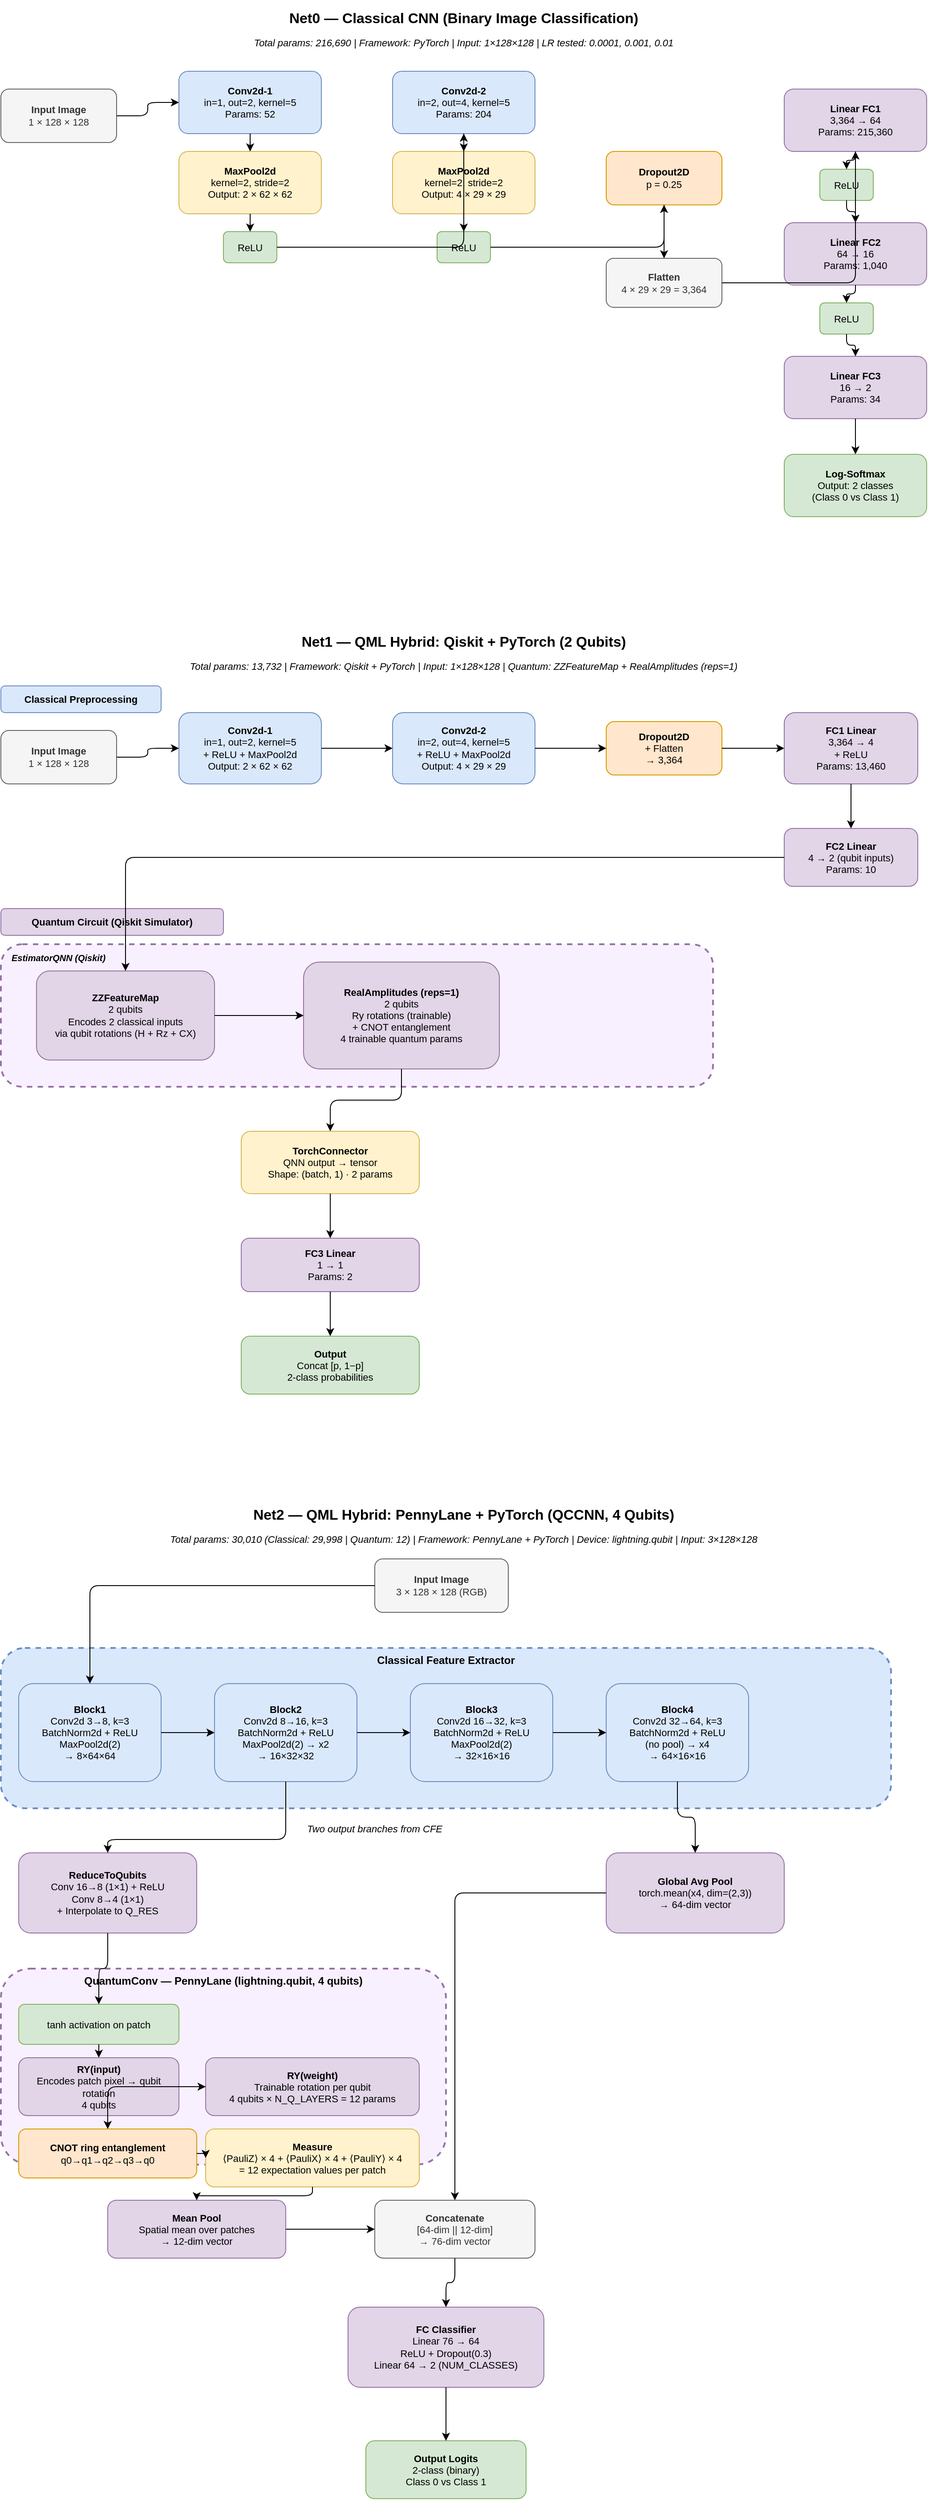
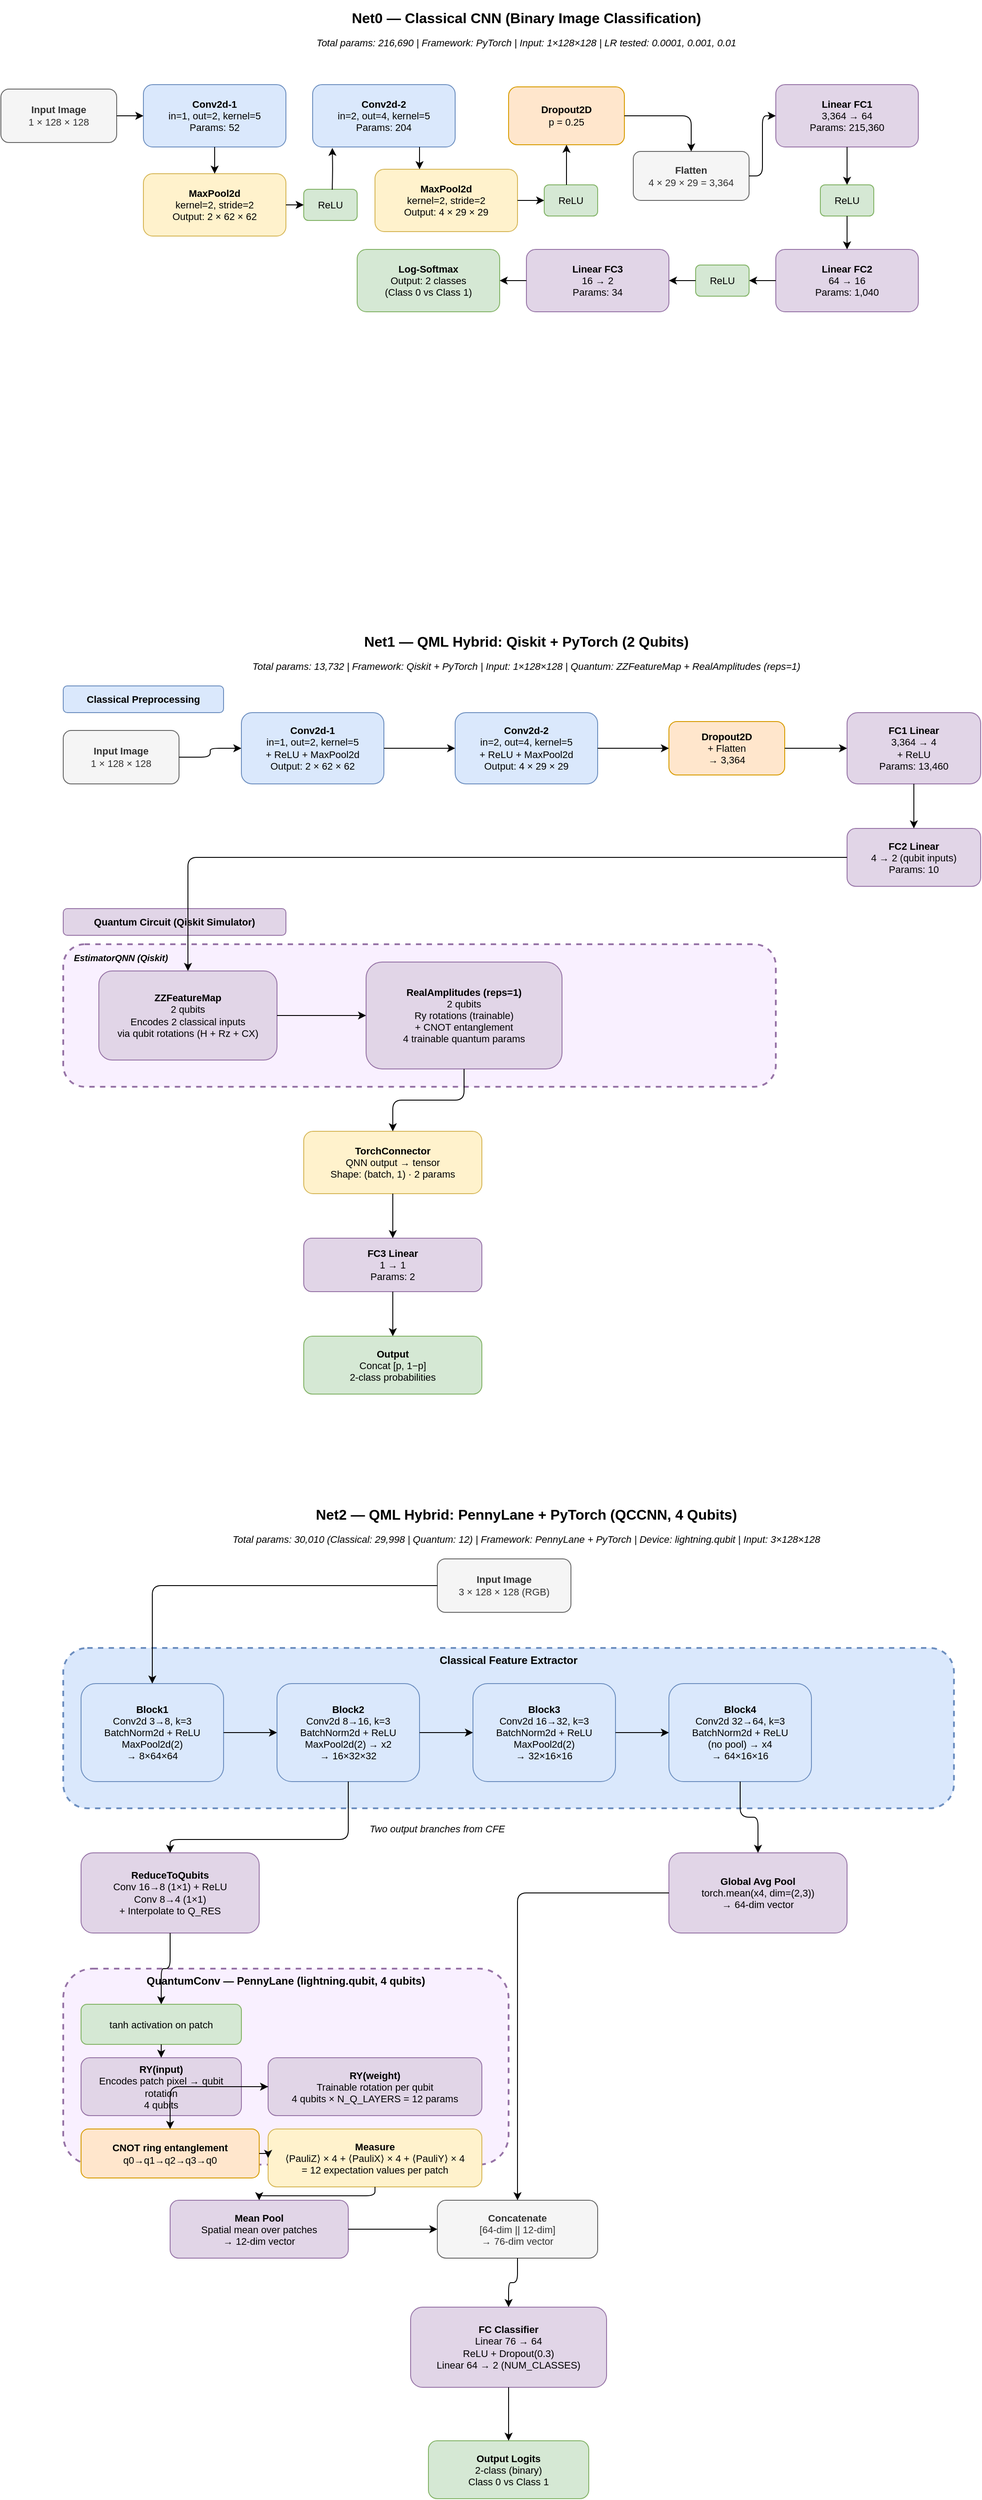
<mxfile host="app.diagrams.net">
  <diagram id="Iu372MJXseVnEshazjI8" name="Page-1">
-     <mxGraphModel dx="2175" dy="1143" grid="1" gridSize="10" guides="1" tooltips="1" connect="1" arrows="1" fold="1" page="1" pageScale="1" pageWidth="1169" pageHeight="827" background="none" math="0" shadow="0">
+     <mxGraphModel dx="2571" dy="1351" grid="1" gridSize="10" guides="1" tooltips="1" connect="1" arrows="1" fold="1" page="1" pageScale="1" pageWidth="1169" pageHeight="827" background="none" math="0" shadow="0">
      <root>
        <mxCell id="0" />
        <mxCell id="1" parent="0" />
        <mxCell id="p0_title" parent="1" style="text;html=1;strokeColor=none;fillColor=none;align=center;verticalAlign=middle;whiteSpace=wrap;rounded=0;fontSize=16;fontStyle=1;" value="Net0 — Classical CNN (Binary Image Classification)" vertex="1">
          <mxGeometry height="40" width="600" x="300" y="20" as="geometry" />
        </mxCell>
        <mxCell id="p0_params" parent="1" style="text;html=1;strokeColor=none;fillColor=none;align=center;verticalAlign=middle;whiteSpace=wrap;rounded=0;fontSize=11;fontStyle=2;" value="Total params: 216,690 | Framework: PyTorch | Input: 1×128×128 | LR tested: 0.0001, 0.001, 0.01" vertex="1">
          <mxGeometry height="25" width="700" x="250" y="55" as="geometry" />
        </mxCell>
        <mxCell id="p0_input" parent="1" style="rounded=1;whiteSpace=wrap;html=1;fillColor=#f5f5f5;strokeColor=#666666;fontColor=#333333;fontSize=11;" value="&lt;b&gt;Input Image&lt;/b&gt;&lt;br&gt;1 × 128 × 128" vertex="1">
-           <mxGeometry height="60" width="130" x="80" y="120" as="geometry" />
+           <mxGeometry height="60" width="130" x="10" y="120" as="geometry" />
        </mxCell>
        <mxCell id="p0_conv1" parent="1" style="rounded=1;whiteSpace=wrap;html=1;fillColor=#dae8fc;strokeColor=#6c8ebf;fontSize=11;" value="&lt;b&gt;Conv2d-1&lt;/b&gt;&lt;br&gt;in=1, out=2, kernel=5&lt;br&gt;Params: 52" vertex="1">
-           <mxGeometry height="70" width="160" x="280" y="100" as="geometry" />
+           <mxGeometry height="70" width="160" x="170" y="115" as="geometry" />
        </mxCell>
        <mxCell id="p0_pool1" parent="1" style="rounded=1;whiteSpace=wrap;html=1;fillColor=#fff2cc;strokeColor=#d6b656;fontSize=11;" value="&lt;b&gt;MaxPool2d&lt;/b&gt;&lt;br&gt;kernel=2, stride=2&lt;br&gt;Output: 2 × 62 × 62" vertex="1">
-           <mxGeometry height="70" width="160" x="280" y="190" as="geometry" />
+           <mxGeometry height="70" width="160" x="170" y="215" as="geometry" />
        </mxCell>
        <mxCell id="p0_relu1" parent="1" style="rounded=1;whiteSpace=wrap;html=1;fillColor=#d5e8d4;strokeColor=#82b366;fontSize=11;" value="ReLU" vertex="1">
-           <mxGeometry height="35" width="60" x="330" y="280" as="geometry" />
+           <mxGeometry height="35" width="60" x="350" y="232.5" as="geometry" />
        </mxCell>
        <mxCell id="p0_conv2" parent="1" style="rounded=1;whiteSpace=wrap;html=1;fillColor=#dae8fc;strokeColor=#6c8ebf;fontSize=11;" value="&lt;b&gt;Conv2d-2&lt;/b&gt;&lt;br&gt;in=2, out=4, kernel=5&lt;br&gt;Params: 204" vertex="1">
-           <mxGeometry height="70" width="160" x="520" y="100" as="geometry" />
+           <mxGeometry height="70" width="160" x="360" y="115" as="geometry" />
        </mxCell>
        <mxCell id="p0_pool2" parent="1" style="rounded=1;whiteSpace=wrap;html=1;fillColor=#fff2cc;strokeColor=#d6b656;fontSize=11;" value="&lt;b&gt;MaxPool2d&lt;/b&gt;&lt;br&gt;kernel=2, stride=2&lt;br&gt;Output: 4 × 29 × 29" vertex="1">
-           <mxGeometry height="70" width="160" x="520" y="190" as="geometry" />
+           <mxGeometry height="70" width="160" x="430" y="210" as="geometry" />
        </mxCell>
        <mxCell id="p0_relu2" parent="1" style="rounded=1;whiteSpace=wrap;html=1;fillColor=#d5e8d4;strokeColor=#82b366;fontSize=11;" value="ReLU" vertex="1">
-           <mxGeometry height="35" width="60" x="570" y="280" as="geometry" />
+           <mxGeometry height="35" width="60" x="620" y="227.5" as="geometry" />
        </mxCell>
        <mxCell id="p0_dropout" parent="1" style="rounded=1;whiteSpace=wrap;html=1;fillColor=#ffe6cc;strokeColor=#d79b00;fontSize=11;" value="&lt;b&gt;Dropout2D&lt;/b&gt;&lt;br&gt;p = 0.25" vertex="1">
-           <mxGeometry height="60" width="130" x="760" y="190" as="geometry" />
+           <mxGeometry height="65" width="130" x="580" y="117.5" as="geometry" />
        </mxCell>
        <mxCell id="p0_flatten" parent="1" style="rounded=1;whiteSpace=wrap;html=1;fillColor=#f5f5f5;strokeColor=#666666;fontColor=#333333;fontSize=11;" value="&lt;b&gt;Flatten&lt;/b&gt;&lt;br&gt;4 × 29 × 29 = 3,364" vertex="1">
-           <mxGeometry height="55" width="130" x="760" y="310" as="geometry" />
+           <mxGeometry height="55" width="130" x="720" y="190" as="geometry" />
        </mxCell>
        <mxCell id="p0_fc1" parent="1" style="rounded=1;whiteSpace=wrap;html=1;fillColor=#e1d5e7;strokeColor=#9673a6;fontSize=11;" value="&lt;b&gt;Linear FC1&lt;/b&gt;&lt;br&gt;3,364 → 64&lt;br&gt;Params: 215,360" vertex="1">
-           <mxGeometry height="70" width="160" x="960" y="120" as="geometry" />
+           <mxGeometry height="70" width="160" x="880" y="115" as="geometry" />
        </mxCell>
        <mxCell id="p0_relu_fc1" parent="1" style="rounded=1;whiteSpace=wrap;html=1;fillColor=#d5e8d4;strokeColor=#82b366;fontSize=11;" value="ReLU" vertex="1">
-           <mxGeometry height="35" width="60" x="1000" y="210" as="geometry" />
+           <mxGeometry height="35" width="60" x="930" y="227.5" as="geometry" />
        </mxCell>
        <mxCell id="p0_fc2" parent="1" style="rounded=1;whiteSpace=wrap;html=1;fillColor=#e1d5e7;strokeColor=#9673a6;fontSize=11;" value="&lt;b&gt;Linear FC2&lt;/b&gt;&lt;br&gt;64 → 16&lt;br&gt;Params: 1,040" vertex="1">
-           <mxGeometry height="70" width="160" x="960" y="270" as="geometry" />
+           <mxGeometry height="70" width="160" x="880" y="300" as="geometry" />
        </mxCell>
        <mxCell id="p0_relu_fc2" parent="1" style="rounded=1;whiteSpace=wrap;html=1;fillColor=#d5e8d4;strokeColor=#82b366;fontSize=11;" value="ReLU" vertex="1">
-           <mxGeometry height="35" width="60" x="1000" y="360" as="geometry" />
+           <mxGeometry height="35" width="60" x="790" y="317.5" as="geometry" />
        </mxCell>
        <mxCell id="p0_fc3" parent="1" style="rounded=1;whiteSpace=wrap;html=1;fillColor=#e1d5e7;strokeColor=#9673a6;fontSize=11;" value="&lt;b&gt;Linear FC3&lt;/b&gt;&lt;br&gt;16 → 2&lt;br&gt;Params: 34" vertex="1">
-           <mxGeometry height="70" width="160" x="960" y="420" as="geometry" />
+           <mxGeometry height="70" width="160" x="600" y="300" as="geometry" />
        </mxCell>
        <mxCell id="p0_output" parent="1" style="rounded=1;whiteSpace=wrap;html=1;fillColor=#d5e8d4;strokeColor=#82b366;fontSize=11;" value="&lt;b&gt;Log-Softmax&lt;/b&gt;&lt;br&gt;Output: 2 classes&lt;br&gt;(Class 0 vs Class 1)" vertex="1">
-           <mxGeometry height="70" width="160" x="960" y="530" as="geometry" />
+           <mxGeometry height="70" width="160" x="410" y="300" as="geometry" />
        </mxCell>
        <mxCell id="e0_1" edge="1" parent="1" source="p0_input" style="edgeStyle=orthogonalEdgeStyle;" target="p0_conv1">
          <mxGeometry relative="1" as="geometry" />
        </mxCell>
        <mxCell id="e0_2" edge="1" parent="1" source="p0_conv1" style="edgeStyle=orthogonalEdgeStyle;" target="p0_pool1">
          <mxGeometry relative="1" as="geometry" />
        </mxCell>
        <mxCell id="e0_3" edge="1" parent="1" source="p0_pool1" style="edgeStyle=orthogonalEdgeStyle;" target="p0_relu1">
          <mxGeometry relative="1" as="geometry" />
        </mxCell>
-         <mxCell id="e0_4" edge="1" parent="1" source="p0_relu1" style="edgeStyle=orthogonalEdgeStyle;" target="p0_conv2">
-           <mxGeometry relative="1" as="geometry" />
+         <mxCell id="e0_4" edge="1" parent="1" style="edgeStyle=orthogonalEdgeStyle;entryX=0.138;entryY=0.971;entryDx=0;entryDy=0;entryPerimeter=0;">
+           <mxGeometry relative="1" as="geometry">
+             <mxPoint x="382" y="233" as="sourcePoint" />
+             <mxPoint x="382.0799999999999" y="185.97000000000003" as="targetPoint" />
+           </mxGeometry>
        </mxCell>
        <mxCell id="e0_5" edge="1" parent="1" source="p0_conv2" style="edgeStyle=orthogonalEdgeStyle;" target="p0_pool2">
-           <mxGeometry relative="1" as="geometry" />
+           <mxGeometry relative="1" as="geometry">
+             <Array as="points">
+               <mxPoint x="480" y="200" />
+               <mxPoint x="480" y="200" />
+             </Array>
+           </mxGeometry>
        </mxCell>
        <mxCell id="e0_6" edge="1" parent="1" source="p0_pool2" style="edgeStyle=orthogonalEdgeStyle;" target="p0_relu2">
          <mxGeometry relative="1" as="geometry" />
        </mxCell>
        <mxCell id="e0_7" edge="1" parent="1" source="p0_relu2" style="edgeStyle=orthogonalEdgeStyle;" target="p0_dropout">
-           <mxGeometry relative="1" as="geometry" />
+           <mxGeometry relative="1" as="geometry">
+             <Array as="points">
+               <mxPoint x="645" y="210" />
+               <mxPoint x="645" y="210" />
+             </Array>
+           </mxGeometry>
        </mxCell>
        <mxCell id="e0_8" edge="1" parent="1" source="p0_dropout" style="edgeStyle=orthogonalEdgeStyle;" target="p0_flatten">
          <mxGeometry relative="1" as="geometry" />
        </mxCell>
-         <mxCell id="e0_9" edge="1" parent="1" source="p0_flatten" style="edgeStyle=orthogonalEdgeStyle;" target="p0_fc1">
+         <mxCell id="e0_9" edge="1" parent="1" source="p0_flatten" style="edgeStyle=orthogonalEdgeStyle;entryX=0;entryY=0.5;entryDx=0;entryDy=0;" target="p0_fc1">
          <mxGeometry relative="1" as="geometry" />
        </mxCell>
        <mxCell id="e0_10" edge="1" parent="1" source="p0_fc1" style="edgeStyle=orthogonalEdgeStyle;" target="p0_relu_fc1">
          <mxGeometry relative="1" as="geometry" />
        </mxCell>
        <mxCell id="e0_11" edge="1" parent="1" source="p0_relu_fc1" style="edgeStyle=orthogonalEdgeStyle;" target="p0_fc2">
          <mxGeometry relative="1" as="geometry" />
        </mxCell>
        <mxCell id="e0_12" edge="1" parent="1" source="p0_fc2" style="edgeStyle=orthogonalEdgeStyle;" target="p0_relu_fc2">
          <mxGeometry relative="1" as="geometry" />
        </mxCell>
        <mxCell id="e0_13" edge="1" parent="1" source="p0_relu_fc2" style="edgeStyle=orthogonalEdgeStyle;" target="p0_fc3">
          <mxGeometry relative="1" as="geometry" />
        </mxCell>
        <mxCell id="e0_14" edge="1" parent="1" source="p0_fc3" style="edgeStyle=orthogonalEdgeStyle;" target="p0_output">
          <mxGeometry relative="1" as="geometry" />
        </mxCell>
        <mxCell id="p1_title" parent="1" style="text;html=1;strokeColor=none;fillColor=none;align=center;verticalAlign=middle;whiteSpace=wrap;rounded=0;fontSize=16;fontStyle=1;" value="Net1 — QML Hybrid: Qiskit + PyTorch (2 Qubits)" vertex="1">
          <mxGeometry height="40" width="600" x="300" y="720" as="geometry" />
        </mxCell>
        <mxCell id="p1_params" parent="1" style="text;html=1;strokeColor=none;fillColor=none;align=center;verticalAlign=middle;whiteSpace=wrap;rounded=0;fontSize=11;fontStyle=2;" value="Total params: 13,732 | Framework: Qiskit + PyTorch | Input: 1×128×128 | Quantum: ZZFeatureMap + RealAmplitudes (reps=1)" vertex="1">
          <mxGeometry height="25" width="900" x="150" y="755" as="geometry" />
        </mxCell>
        <mxCell id="p1_sec_classical" parent="1" style="text;html=1;strokeColor=#6c8ebf;fillColor=#dae8fc;align=center;verticalAlign=middle;whiteSpace=wrap;rounded=1;fontSize=11;fontStyle=1;" value="Classical Preprocessing" vertex="1">
          <mxGeometry height="30" width="180" x="80" y="790" as="geometry" />
        </mxCell>
        <mxCell id="p1_input" parent="1" style="rounded=1;whiteSpace=wrap;html=1;fillColor=#f5f5f5;strokeColor=#666666;fontColor=#333333;fontSize=11;" value="&lt;b&gt;Input Image&lt;/b&gt;&lt;br&gt;1 × 128 × 128" vertex="1">
          <mxGeometry height="60" width="130" x="80" y="840" as="geometry" />
        </mxCell>
        <mxCell id="p1_conv1" parent="1" style="rounded=1;whiteSpace=wrap;html=1;fillColor=#dae8fc;strokeColor=#6c8ebf;fontSize=11;" value="&lt;b&gt;Conv2d-1&lt;/b&gt;&lt;br&gt;in=1, out=2, kernel=5&lt;br&gt;+ ReLU + MaxPool2d&lt;br&gt;Output: 2 × 62 × 62" vertex="1">
          <mxGeometry height="80" width="160" x="280" y="820" as="geometry" />
        </mxCell>
        <mxCell id="p1_conv2" parent="1" style="rounded=1;whiteSpace=wrap;html=1;fillColor=#dae8fc;strokeColor=#6c8ebf;fontSize=11;" value="&lt;b&gt;Conv2d-2&lt;/b&gt;&lt;br&gt;in=2, out=4, kernel=5&lt;br&gt;+ ReLU + MaxPool2d&lt;br&gt;Output: 4 × 29 × 29" vertex="1">
          <mxGeometry height="80" width="160" x="520" y="820" as="geometry" />
        </mxCell>
        <mxCell id="p1_dropout" parent="1" style="rounded=1;whiteSpace=wrap;html=1;fillColor=#ffe6cc;strokeColor=#d79b00;fontSize=11;" value="&lt;b&gt;Dropout2D&lt;/b&gt;&lt;br&gt;+ Flatten&lt;br&gt;→ 3,364" vertex="1">
          <mxGeometry height="60" width="130" x="760" y="830" as="geometry" />
        </mxCell>
        <mxCell id="p1_fc1" parent="1" style="rounded=1;whiteSpace=wrap;html=1;fillColor=#e1d5e7;strokeColor=#9673a6;fontSize=11;" value="&lt;b&gt;FC1 Linear&lt;/b&gt;&lt;br&gt;3,364 → 4&lt;br&gt;+ ReLU&lt;br&gt;Params: 13,460" vertex="1">
          <mxGeometry height="80" width="150" x="960" y="820" as="geometry" />
        </mxCell>
        <mxCell id="p1_fc2" parent="1" style="rounded=1;whiteSpace=wrap;html=1;fillColor=#e1d5e7;strokeColor=#9673a6;fontSize=11;" value="&lt;b&gt;FC2 Linear&lt;/b&gt;&lt;br&gt;4 → 2 (qubit inputs)&lt;br&gt;Params: 10" vertex="1">
          <mxGeometry height="65" width="150" x="960" y="950" as="geometry" />
        </mxCell>
        <mxCell id="p1_sec_quantum" parent="1" style="text;html=1;strokeColor=#9673a6;fillColor=#e1d5e7;align=center;verticalAlign=middle;whiteSpace=wrap;rounded=1;fontSize=11;fontStyle=1;" value="Quantum Circuit (Qiskit Simulator)" vertex="1">
          <mxGeometry height="30" width="250" x="80" y="1040" as="geometry" />
        </mxCell>
        <mxCell id="p1_q_container" parent="1" style="rounded=1;whiteSpace=wrap;html=1;fillColor=#f9f0ff;strokeColor=#9673a6;strokeWidth=2;dashed=1;fontSize=11;" value="" vertex="1">
          <mxGeometry height="160" width="800" x="80" y="1080" as="geometry" />
        </mxCell>
        <mxCell id="p1_zzfm" parent="1" style="rounded=1;whiteSpace=wrap;html=1;fillColor=#e1d5e7;strokeColor=#9673a6;fontSize=11;" value="&lt;b&gt;ZZFeatureMap&lt;/b&gt;&lt;br&gt;2 qubits&lt;br&gt;Encodes 2 classical inputs&lt;br&gt;via qubit rotations (H + Rz + CX)" vertex="1">
          <mxGeometry height="100" width="200" x="120" y="1110" as="geometry" />
        </mxCell>
        <mxCell id="p1_ra" parent="1" style="rounded=1;whiteSpace=wrap;html=1;fillColor=#e1d5e7;strokeColor=#9673a6;fontSize=11;" value="&lt;b&gt;RealAmplitudes (reps=1)&lt;/b&gt;&lt;br&gt;2 qubits&lt;br&gt;Ry rotations (trainable)&lt;br&gt;+ CNOT entanglement&lt;br&gt;4 trainable quantum params" vertex="1">
          <mxGeometry height="120" width="220" x="420" y="1100" as="geometry" />
        </mxCell>
        <mxCell id="p1_estimator" parent="1" style="text;html=1;strokeColor=none;fillColor=none;align=left;verticalAlign=middle;whiteSpace=wrap;rounded=0;fontSize=10;fontStyle=3;" value="EstimatorQNN (Qiskit)" vertex="1">
          <mxGeometry height="20" width="180" x="90" y="1085" as="geometry" />
        </mxCell>
        <mxCell id="p1_tc" parent="1" style="rounded=1;whiteSpace=wrap;html=1;fillColor=#fff2cc;strokeColor=#d6b656;fontSize=11;" value="&lt;b&gt;TorchConnector&lt;/b&gt;&lt;br&gt;QNN output → tensor&lt;br&gt;Shape: (batch, 1) · 2 params" vertex="1">
          <mxGeometry height="70" width="200" x="350" y="1290" as="geometry" />
        </mxCell>
        <mxCell id="p1_fc3" parent="1" style="rounded=1;whiteSpace=wrap;html=1;fillColor=#e1d5e7;strokeColor=#9673a6;fontSize=11;" value="&lt;b&gt;FC3 Linear&lt;/b&gt;&lt;br&gt;1 → 1&lt;br&gt;Params: 2" vertex="1">
          <mxGeometry height="60" width="200" x="350" y="1410" as="geometry" />
        </mxCell>
        <mxCell id="p1_output" parent="1" style="rounded=1;whiteSpace=wrap;html=1;fillColor=#d5e8d4;strokeColor=#82b366;fontSize=11;" value="&lt;b&gt;Output&lt;/b&gt;&lt;br&gt;Concat [p, 1−p]&lt;br&gt;2-class probabilities" vertex="1">
          <mxGeometry height="65" width="200" x="350" y="1520" as="geometry" />
        </mxCell>
        <mxCell id="e1_1" edge="1" parent="1" source="p1_input" style="edgeStyle=orthogonalEdgeStyle;" target="p1_conv1">
          <mxGeometry relative="1" as="geometry" />
        </mxCell>
        <mxCell id="e1_2" edge="1" parent="1" source="p1_conv1" style="edgeStyle=orthogonalEdgeStyle;" target="p1_conv2">
          <mxGeometry relative="1" as="geometry" />
        </mxCell>
        <mxCell id="e1_3" edge="1" parent="1" source="p1_conv2" style="edgeStyle=orthogonalEdgeStyle;" target="p1_dropout">
          <mxGeometry relative="1" as="geometry" />
        </mxCell>
        <mxCell id="e1_4" edge="1" parent="1" source="p1_dropout" style="edgeStyle=orthogonalEdgeStyle;" target="p1_fc1">
          <mxGeometry relative="1" as="geometry" />
        </mxCell>
        <mxCell id="e1_5" edge="1" parent="1" source="p1_fc1" style="edgeStyle=orthogonalEdgeStyle;" target="p1_fc2">
          <mxGeometry relative="1" as="geometry" />
        </mxCell>
        <mxCell id="e1_6" edge="1" parent="1" source="p1_fc2" style="edgeStyle=orthogonalEdgeStyle;" target="p1_zzfm">
          <mxGeometry relative="1" as="geometry" />
        </mxCell>
        <mxCell id="e1_7" edge="1" parent="1" source="p1_zzfm" style="edgeStyle=orthogonalEdgeStyle;" target="p1_ra">
          <mxGeometry relative="1" as="geometry" />
        </mxCell>
        <mxCell id="e1_8" edge="1" parent="1" source="p1_ra" style="edgeStyle=orthogonalEdgeStyle;" target="p1_tc">
          <mxGeometry relative="1" as="geometry" />
        </mxCell>
        <mxCell id="e1_9" edge="1" parent="1" source="p1_tc" style="edgeStyle=orthogonalEdgeStyle;" target="p1_fc3">
          <mxGeometry relative="1" as="geometry" />
        </mxCell>
        <mxCell id="e1_10" edge="1" parent="1" source="p1_fc3" style="edgeStyle=orthogonalEdgeStyle;" target="p1_output">
          <mxGeometry relative="1" as="geometry" />
        </mxCell>
        <mxCell id="p2_title" parent="1" style="text;html=1;strokeColor=none;fillColor=none;align=center;verticalAlign=middle;whiteSpace=wrap;rounded=0;fontSize=16;fontStyle=1;" value="Net2 — QML Hybrid: PennyLane + PyTorch (QCCNN, 4 Qubits)" vertex="1">
          <mxGeometry height="40" width="700" x="250" y="1700" as="geometry" />
        </mxCell>
        <mxCell id="p2_params" parent="1" style="text;html=1;strokeColor=none;fillColor=none;align=center;verticalAlign=middle;whiteSpace=wrap;rounded=0;fontSize=11;fontStyle=2;" value="Total params: 30,010 (Classical: 29,998 | Quantum: 12) | Framework: PennyLane + PyTorch | Device: lightning.qubit | Input: 3×128×128" vertex="1">
          <mxGeometry height="25" width="1000" x="100" y="1735" as="geometry" />
        </mxCell>
        <mxCell id="p2_input" parent="1" style="rounded=1;whiteSpace=wrap;html=1;fillColor=#f5f5f5;strokeColor=#666666;fontColor=#333333;fontSize=11;" value="&lt;b&gt;Input Image&lt;/b&gt;&lt;br&gt;3 × 128 × 128 (RGB)" vertex="1">
          <mxGeometry height="60" width="150" x="500" y="1770" as="geometry" />
        </mxCell>
        <mxCell id="p2_cfe_container" parent="1" style="rounded=1;whiteSpace=wrap;html=1;fillColor=#dae8fc;strokeColor=#6c8ebf;strokeWidth=2;dashed=1;fontSize=12;fontStyle=1;verticalAlign=top;" value="Classical Feature Extractor" vertex="1">
          <mxGeometry height="180" width="1000" x="80" y="1870" as="geometry" />
        </mxCell>
        <mxCell id="p2_block1" parent="1" style="rounded=1;whiteSpace=wrap;html=1;fillColor=#dae8fc;strokeColor=#6c8ebf;fontSize=11;" value="&lt;b&gt;Block1&lt;/b&gt;&lt;br&gt;Conv2d 3→8, k=3&lt;br&gt;BatchNorm2d + ReLU&lt;br&gt;MaxPool2d(2)&lt;br&gt;→ 8×64×64" vertex="1">
          <mxGeometry height="110" width="160" x="100" y="1910" as="geometry" />
        </mxCell>
        <mxCell id="p2_block2" parent="1" style="rounded=1;whiteSpace=wrap;html=1;fillColor=#dae8fc;strokeColor=#6c8ebf;fontSize=11;" value="&lt;b&gt;Block2&lt;/b&gt;&lt;br&gt;Conv2d 8→16, k=3&lt;br&gt;BatchNorm2d + ReLU&lt;br&gt;MaxPool2d(2) → x2&lt;br&gt;→ 16×32×32" vertex="1">
          <mxGeometry height="110" width="160" x="320" y="1910" as="geometry" />
        </mxCell>
        <mxCell id="p2_block3" parent="1" style="rounded=1;whiteSpace=wrap;html=1;fillColor=#dae8fc;strokeColor=#6c8ebf;fontSize=11;" value="&lt;b&gt;Block3&lt;/b&gt;&lt;br&gt;Conv2d 16→32, k=3&lt;br&gt;BatchNorm2d + ReLU&lt;br&gt;MaxPool2d(2)&lt;br&gt;→ 32×16×16" vertex="1">
          <mxGeometry height="110" width="160" x="540" y="1910" as="geometry" />
        </mxCell>
        <mxCell id="p2_block4" parent="1" style="rounded=1;whiteSpace=wrap;html=1;fillColor=#dae8fc;strokeColor=#6c8ebf;fontSize=11;" value="&lt;b&gt;Block4&lt;/b&gt;&lt;br&gt;Conv2d 32→64, k=3&lt;br&gt;BatchNorm2d + ReLU&lt;br&gt;(no pool) → x4&lt;br&gt;→ 64×16×16" vertex="1">
          <mxGeometry height="110" width="160" x="760" y="1910" as="geometry" />
        </mxCell>
        <mxCell id="e2_b12" edge="1" parent="1" source="p2_block1" style="edgeStyle=orthogonalEdgeStyle;" target="p2_block2">
          <mxGeometry relative="1" as="geometry" />
        </mxCell>
        <mxCell id="e2_b23" edge="1" parent="1" source="p2_block2" style="edgeStyle=orthogonalEdgeStyle;" target="p2_block3">
          <mxGeometry relative="1" as="geometry" />
        </mxCell>
        <mxCell id="e2_b34" edge="1" parent="1" source="p2_block3" style="edgeStyle=orthogonalEdgeStyle;" target="p2_block4">
          <mxGeometry relative="1" as="geometry" />
        </mxCell>
        <mxCell id="p2_branch_label" parent="1" style="text;html=1;strokeColor=none;fillColor=none;align=center;verticalAlign=middle;whiteSpace=wrap;rounded=0;fontSize=11;fontStyle=2;" value="Two output branches from CFE" vertex="1">
          <mxGeometry height="25" width="300" x="350" y="2060" as="geometry" />
        </mxCell>
        <mxCell id="p2_reduce" parent="1" style="rounded=1;whiteSpace=wrap;html=1;fillColor=#e1d5e7;strokeColor=#9673a6;fontSize=11;" value="&lt;b&gt;ReduceToQubits&lt;/b&gt;&lt;br&gt;Conv 16→8 (1×1) + ReLU&lt;br&gt;Conv 8→4 (1×1)&lt;br&gt;+ Interpolate to Q_RES" vertex="1">
          <mxGeometry height="90" width="200" x="100" y="2100" as="geometry" />
        </mxCell>
        <mxCell id="p2_gap" parent="1" style="rounded=1;whiteSpace=wrap;html=1;fillColor=#e1d5e7;strokeColor=#9673a6;fontSize=11;" value="&lt;b&gt;Global Avg Pool&lt;/b&gt;&lt;br&gt;torch.mean(x4, dim=(2,3))&lt;br&gt;→ 64-dim vector" vertex="1">
          <mxGeometry height="90" width="200" x="760" y="2100" as="geometry" />
        </mxCell>
        <mxCell id="p2_qc_container" parent="1" style="rounded=1;whiteSpace=wrap;html=1;fillColor=#f9f0ff;strokeColor=#9673a6;strokeWidth=2;dashed=1;fontSize=12;fontStyle=1;verticalAlign=top;" value="QuantumConv — PennyLane (lightning.qubit, 4 qubits)" vertex="1">
          <mxGeometry height="220" width="500" x="80" y="2230" as="geometry" />
        </mxCell>
        <mxCell id="p2_tanh" parent="1" style="rounded=1;whiteSpace=wrap;html=1;fillColor=#d5e8d4;strokeColor=#82b366;fontSize=11;" value="tanh activation on patch" vertex="1">
          <mxGeometry height="45" width="180" x="100" y="2270" as="geometry" />
        </mxCell>
        <mxCell id="p2_ry_in" parent="1" style="rounded=1;whiteSpace=wrap;html=1;fillColor=#e1d5e7;strokeColor=#9673a6;fontSize=11;" value="&lt;b&gt;RY(input)&lt;/b&gt;&lt;br&gt;Encodes patch pixel → qubit rotation&lt;br&gt;4 qubits" vertex="1">
          <mxGeometry height="65" width="180" x="100" y="2330" as="geometry" />
        </mxCell>
        <mxCell id="p2_ry_w" parent="1" style="rounded=1;whiteSpace=wrap;html=1;fillColor=#e1d5e7;strokeColor=#9673a6;fontSize=11;" value="&lt;b&gt;RY(weight)&lt;/b&gt;&lt;br&gt;Trainable rotation per qubit&lt;br&gt;4 qubits × N_Q_LAYERS = 12 params" vertex="1">
          <mxGeometry height="65" width="240" x="310" y="2330" as="geometry" />
        </mxCell>
        <mxCell id="p2_cnot" parent="1" style="rounded=1;whiteSpace=wrap;html=1;fillColor=#ffe6cc;strokeColor=#d79b00;fontSize=11;" value="&lt;b&gt;CNOT ring entanglement&lt;/b&gt;&lt;br&gt;q0→q1→q2→q3→q0" vertex="1">
          <mxGeometry height="55" width="200" x="100" y="2410" as="geometry" />
        </mxCell>
        <mxCell id="p2_measure" parent="1" style="rounded=1;whiteSpace=wrap;html=1;fillColor=#fff2cc;strokeColor=#d6b656;fontSize=11;" value="&lt;b&gt;Measure&lt;/b&gt;&lt;br&gt;⟨PauliZ⟩ × 4 + ⟨PauliX⟩ × 4 + ⟨PauliY⟩ × 4&lt;br&gt;= 12 expectation values per patch" vertex="1">
          <mxGeometry height="65" width="240" x="310" y="2410" as="geometry" />
        </mxCell>
        <mxCell id="p2_qmeanpool" parent="1" style="rounded=1;whiteSpace=wrap;html=1;fillColor=#e1d5e7;strokeColor=#9673a6;fontSize=11;" value="&lt;b&gt;Mean Pool&lt;/b&gt;&lt;br&gt;Spatial mean over patches&lt;br&gt;→ 12-dim vector" vertex="1">
          <mxGeometry height="65" width="200" x="200" y="2490" as="geometry" />
        </mxCell>
        <mxCell id="p2_concat" parent="1" style="rounded=1;whiteSpace=wrap;html=1;fillColor=#f5f5f5;strokeColor=#666666;fontColor=#333333;fontSize=11;" value="&lt;b&gt;Concatenate&lt;/b&gt;&lt;br&gt;[64-dim || 12-dim]&lt;br&gt;→ 76-dim vector" vertex="1">
          <mxGeometry height="65" width="180" x="500" y="2490" as="geometry" />
        </mxCell>
        <mxCell id="p2_fc_cls" parent="1" style="rounded=1;whiteSpace=wrap;html=1;fillColor=#e1d5e7;strokeColor=#9673a6;fontSize=11;" value="&lt;b&gt;FC Classifier&lt;/b&gt;&lt;br&gt;Linear 76 → 64&lt;br&gt;ReLU + Dropout(0.3)&lt;br&gt;Linear 64 → 2 (NUM_CLASSES)" vertex="1">
          <mxGeometry height="90" width="220" x="470" y="2610" as="geometry" />
        </mxCell>
        <mxCell id="p2_output" parent="1" style="rounded=1;whiteSpace=wrap;html=1;fillColor=#d5e8d4;strokeColor=#82b366;fontSize=11;" value="&lt;b&gt;Output Logits&lt;/b&gt;&lt;br&gt;2-class (binary)&lt;br&gt;Class 0 vs Class 1" vertex="1">
          <mxGeometry height="65" width="180" x="490" y="2760" as="geometry" />
        </mxCell>
        <mxCell id="e2_in_cfe" edge="1" parent="1" source="p2_input" style="edgeStyle=orthogonalEdgeStyle;" target="p2_block1">
          <mxGeometry relative="1" as="geometry" />
        </mxCell>
        <mxCell id="e2_x2_reduce" edge="1" parent="1" source="p2_block2" style="edgeStyle=orthogonalEdgeStyle;" target="p2_reduce">
          <mxGeometry relative="1" as="geometry">
            <Array as="points">
              <mxPoint x="400" y="2085" />
              <mxPoint x="200" y="2085" />
            </Array>
          </mxGeometry>
        </mxCell>
        <mxCell id="e2_x4_gap" edge="1" parent="1" source="p2_block4" style="edgeStyle=orthogonalEdgeStyle;" target="p2_gap">
          <mxGeometry relative="1" as="geometry" />
        </mxCell>
        <mxCell id="e2_reduce_qc" edge="1" parent="1" source="p2_reduce" style="edgeStyle=orthogonalEdgeStyle;" target="p2_tanh">
          <mxGeometry relative="1" as="geometry" />
        </mxCell>
        <mxCell id="e2_tanh_ry" edge="1" parent="1" source="p2_tanh" style="edgeStyle=orthogonalEdgeStyle;" target="p2_ry_in">
          <mxGeometry relative="1" as="geometry" />
        </mxCell>
        <mxCell id="e2_ry_ryw" edge="1" parent="1" source="p2_ry_in" style="edgeStyle=orthogonalEdgeStyle;" target="p2_ry_w">
          <mxGeometry relative="1" as="geometry" />
        </mxCell>
        <mxCell id="e2_ryw_cnot" edge="1" parent="1" source="p2_ry_w" style="edgeStyle=orthogonalEdgeStyle;" target="p2_cnot">
          <mxGeometry relative="1" as="geometry" />
        </mxCell>
        <mxCell id="e2_cnot_meas" edge="1" parent="1" source="p2_cnot" style="edgeStyle=orthogonalEdgeStyle;" target="p2_measure">
          <mxGeometry relative="1" as="geometry" />
        </mxCell>
        <mxCell id="e2_meas_pool" edge="1" parent="1" source="p2_measure" style="edgeStyle=orthogonalEdgeStyle;" target="p2_qmeanpool">
          <mxGeometry relative="1" as="geometry" />
        </mxCell>
        <mxCell id="e2_pool_cat" edge="1" parent="1" source="p2_qmeanpool" style="edgeStyle=orthogonalEdgeStyle;" target="p2_concat">
          <mxGeometry relative="1" as="geometry" />
        </mxCell>
        <mxCell id="e2_gap_cat" edge="1" parent="1" source="p2_gap" style="edgeStyle=orthogonalEdgeStyle;" target="p2_concat">
          <mxGeometry relative="1" as="geometry" />
        </mxCell>
        <mxCell id="e2_cat_fc" edge="1" parent="1" source="p2_concat" style="edgeStyle=orthogonalEdgeStyle;" target="p2_fc_cls">
          <mxGeometry relative="1" as="geometry" />
        </mxCell>
        <mxCell id="e2_fc_out" edge="1" parent="1" source="p2_fc_cls" style="edgeStyle=orthogonalEdgeStyle;" target="p2_output">
          <mxGeometry relative="1" as="geometry" />
        </mxCell>
      </root>
    </mxGraphModel>
  </diagram>
</mxfile>
